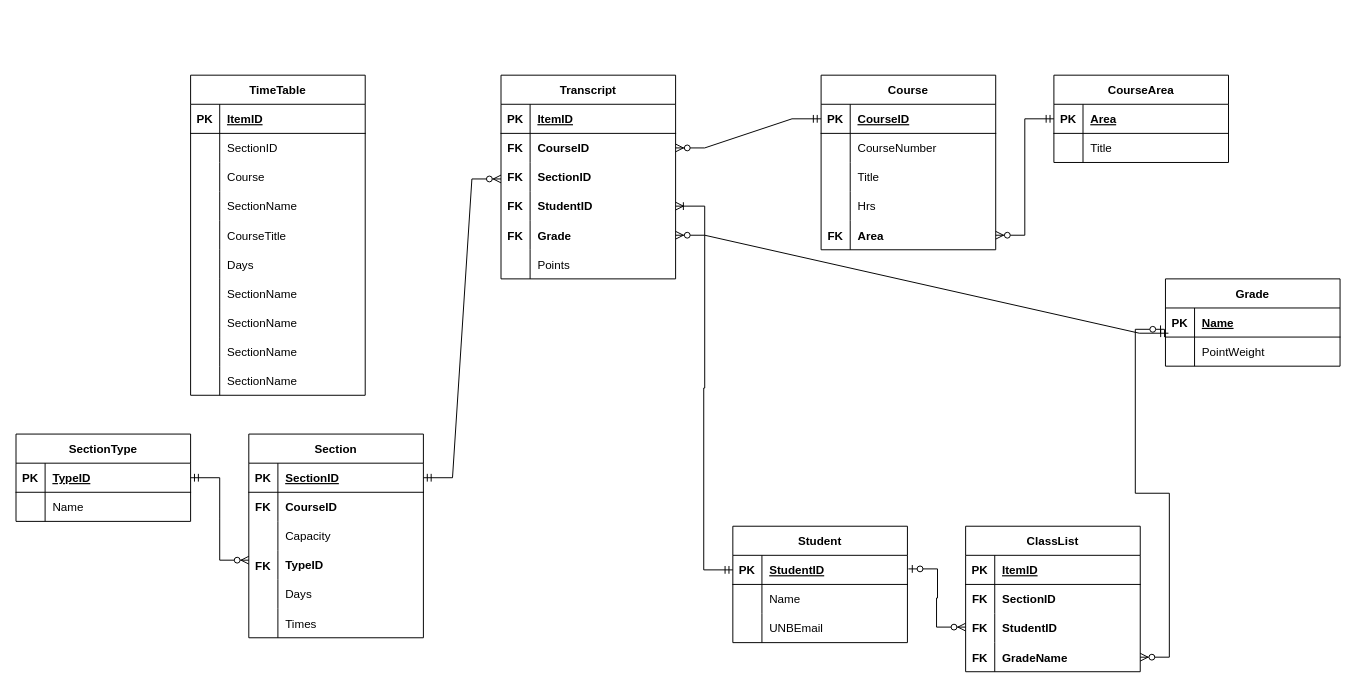
EdungDivinefavour/LawreneEdung keeps this draw.io diagram as Copy of Untitled Diagram.drawio. Above is the earlier version. Source tidied: cells renumbered, new cells numbered last; positions are measured from the earlier drawing's top-left corner, leaving out a move shared by most shapes. Both pictures are drawn from the tidied source at 97%, with x=0, y=0 at pixel (16, 75).
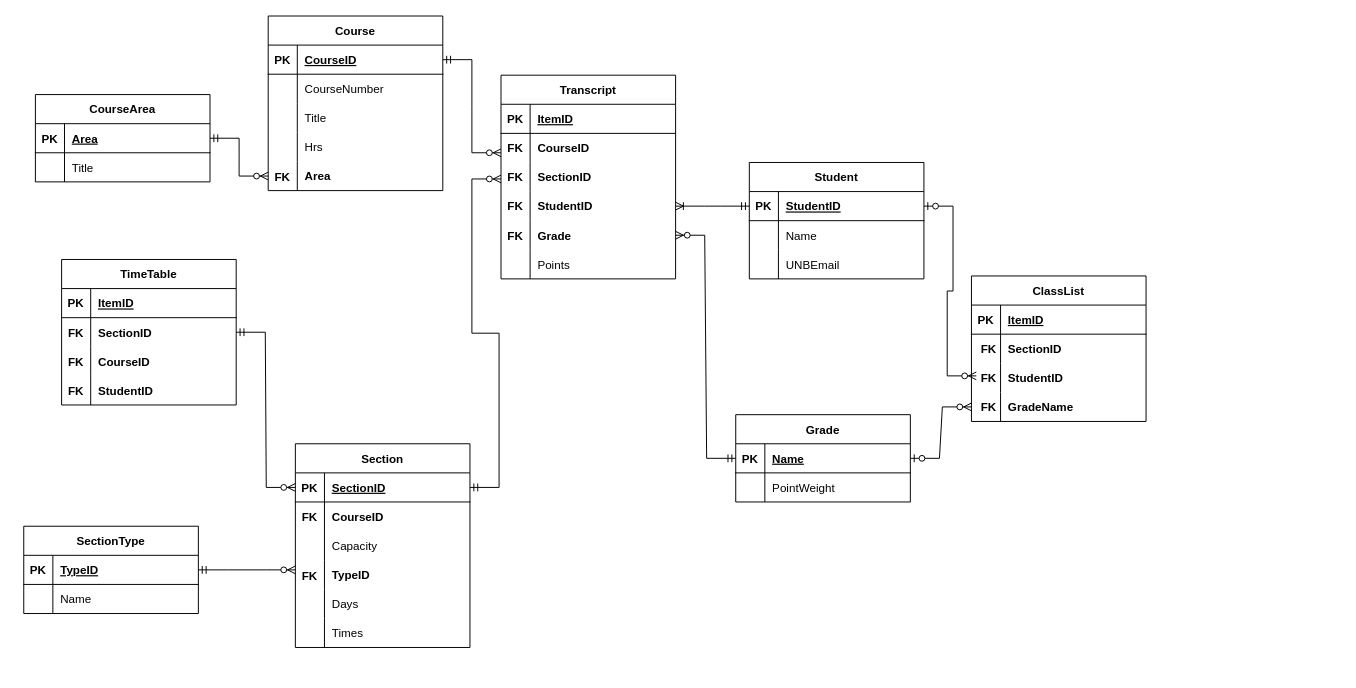
After the change.

The change refers to these unchanged cells:
```xml
<mxCell id="6" style="shape=tableRow;horizontal=0;startSize=0;swimlaneHead=0;swimlaneBody=0;fillColor=none;points=[[0,0.5],[1,0.5]];portConstraint=eastwest;top=0;left=0;right=0;bottom=0;" parent="2" vertex="1">
  <mxGeometry y="60" width="180" height="30" as="geometry" />
</mxCell>
<mxCell id="9" style="shape=tableRow;horizontal=0;startSize=0;swimlaneHead=0;swimlaneBody=0;fillColor=none;top=0;left=0;right=0;bottom=0;" parent="2" vertex="1">
  <mxGeometry y="90" width="180" height="30" as="geometry" />
</mxCell>
<mxCell id="37" style="shape=tableRow;horizontal=0;startSize=0;swimlaneHead=0;swimlaneBody=0;fillColor=none;points=[[0,0.5],[1,0.5]];portConstraint=eastwest;top=0;left=0;right=0;bottom=0;" parent="33" vertex="1">
  <mxGeometry y="60" width="180" height="30" as="geometry" />
</mxCell>
<mxCell id="46" style="shape=tableRow;horizontal=0;startSize=0;swimlaneHead=0;swimlaneBody=0;fillColor=none;points=[[0,0.5],[1,0.5]];portConstraint=eastwest;top=0;left=0;right=0;bottom=0;" parent="33" vertex="1">
  <mxGeometry y="150" width="180" height="30" as="geometry" />
</mxCell>
<mxCell id="62" style="shape=tableRow;horizontal=0;startSize=0;swimlaneHead=0;swimlaneBody=0;fillColor=none;points=[[0,0.5],[1,0.5]];portConstraint=eastwest;top=0;left=0;right=0;bottom=0;" parent="52" vertex="1">
  <mxGeometry y="120" width="180" height="30" as="geometry" />
</mxCell>
<mxCell id="66" style="shape=tableRow;horizontal=0;startSize=0;swimlaneHead=0;swimlaneBody=0;fillColor=none;points=[[0,0.5],[1,0.5]];portConstraint=eastwest;top=0;left=0;right=0;bottom=1;" parent="65" vertex="1">
  <mxGeometry y="30" width="180" height="30" as="geometry" />
</mxCell>
<mxCell id="78" style="shape=tableRow;horizontal=0;startSize=0;swimlaneHead=0;swimlaneBody=0;fillColor=none;points=[[0,0.5],[1,0.5]];portConstraint=eastwest;top=0;left=0;right=0;bottom=0;" parent="65" vertex="1">
  <mxGeometry y="150" width="180" height="30" as="geometry" />
</mxCell>
<mxCell id="82" style="shape=tableRow;horizontal=0;startSize=0;swimlaneHead=0;swimlaneBody=0;fillColor=none;points=[[0,0.5],[1,0.5]];portConstraint=eastwest;top=0;left=0;right=0;bottom=1;" parent="81" vertex="1">
  <mxGeometry y="30" width="180" height="30" as="geometry" />
</mxCell>
<mxCell id="101" style="shape=tableRow;horizontal=0;startSize=0;swimlaneHead=0;swimlaneBody=0;fillColor=none;points=[[0,0.5],[1,0.5]];portConstraint=eastwest;top=0;left=0;right=0;bottom=1;" parent="100" vertex="1">
  <mxGeometry y="30" width="180" height="30" as="geometry" />
</mxCell>
<mxCell id="108" style="shape=tableRow;horizontal=0;startSize=0;swimlaneHead=0;swimlaneBody=0;fillColor=none;points=[[0,0.5],[1,0.5]];portConstraint=eastwest;top=0;left=0;right=0;bottom=1;" parent="107" vertex="1">
  <mxGeometry y="30" width="180" height="30" as="geometry" />
</mxCell>
<mxCell id="118" style="shape=tableRow;horizontal=0;startSize=0;swimlaneHead=0;swimlaneBody=0;fillColor=none;points=[[0,0.5],[1,0.5]];portConstraint=eastwest;top=0;left=0;right=0;bottom=1;" parent="117" vertex="1">
  <mxGeometry y="30" width="180" height="30" as="geometry" />
</mxCell>
<mxCell id="121" style="shape=tableRow;horizontal=0;startSize=0;swimlaneHead=0;swimlaneBody=0;fillColor=none;points=[[0,0.5],[1,0.5]];portConstraint=eastwest;top=0;left=0;right=0;bottom=0;" parent="117" vertex="1">
  <mxGeometry y="60" width="180" height="30" as="geometry" />
</mxCell>
<mxCell id="126" style="shape=tableRow;horizontal=0;startSize=0;swimlaneHead=0;swimlaneBody=0;fillColor=none;points=[[0,0.5],[1,0.5]];portConstraint=eastwest;top=0;left=0;right=0;bottom=1;" parent="125" vertex="1">
  <mxGeometry y="30" width="180" height="30" as="geometry" />
</mxCell>
```

The edit, as a diff of the source:
```diff
@@
     <mxCell id="2" value="TimeTable" style="shape=table;startSize=30;childLayout=tableLayout;rowLines=0;fontStyle=1;align=center;" parent="1" vertex="1">
-      <mxGeometry x="180" width="180" height="330" as="geometry" />
+      <mxGeometry x="47" y="190" width="180" height="150" as="geometry" />
     </mxCell>
@@
-    <mxCell id="8" value="SectionID" style="shape=partialRectangle;fillColor=none;top=0;left=0;bottom=0;right=0;align=left;spacingLeft=6;overflow=hidden;" parent="6" vertex="1">
+    <mxCell id="8" value="SectionID" style="shape=partialRectangle;fillColor=none;top=0;left=0;bottom=0;right=0;align=left;spacingLeft=6;overflow=hidden;fontStyle=1;" parent="6" vertex="1">
       <mxGeometry x="30" width="150" height="30" as="geometry" />
     </mxCell>
@@
-    <mxCell id="11" value="Course" style="shape=partialRectangle;fillColor=none;top=0;left=0;bottom=0;right=0;align=left;spacingLeft=6;overflow=hidden;" parent="9" vertex="1">
+    <mxCell id="11" value="CourseID" style="shape=partialRectangle;fillColor=none;top=0;left=0;bottom=0;right=0;align=left;spacingLeft=6;overflow=hidden;fontStyle=1;" parent="9" vertex="1">
       <mxGeometry x="30" width="150" height="30" as="geometry" />
     </mxCell>
-    <mxCell id="12" style="shape=tableRow;horizontal=0;startSize=0;swimlaneHead=0;swimlaneBody=0;fillColor=none;top=0;left=0;right=0;bottom=0;" parent="2" vertex="1">
-      <mxGeometry y="120" width="180" height="30" as="geometry" />
-    </mxCell>
-    <mxCell id="13" style="shape=partialRectangle;fillColor=none;top=0;left=0;bottom=0;right=0;overflow=hidden;" parent="12" vertex="1">
-      <mxGeometry width="30" height="30" as="geometry" />
-    </mxCell>
-    <mxCell id="14" value="SectionName" style="shape=partialRectangle;fillColor=none;top=0;left=0;bottom=0;right=0;align=left;spacingLeft=6;overflow=hidden;" parent="12" vertex="1">
-      <mxGeometry x="30" width="150" height="30" as="geometry" />
-    </mxCell>
-    <mxCell id="15" style="shape=tableRow;horizontal=0;startSize=0;swimlaneHead=0;swimlaneBody=0;fillColor=none;top=0;left=0;right=0;bottom=0;" parent="2" vertex="1">
-      <mxGeometry y="150" width="180" height="30" as="geometry" />
-    </mxCell>
-    <mxCell id="16" style="shape=partialRectangle;fillColor=none;top=0;left=0;bottom=0;right=0;overflow=hidden;" parent="15" vertex="1">
-      <mxGeometry width="30" height="30" as="geometry" />
-    </mxCell>
-    <mxCell id="17" value="CourseTitle" style="shape=partialRectangle;fillColor=none;top=0;left=0;bottom=0;right=0;align=left;spacingLeft=6;overflow=hidden;" parent="15" vertex="1">
-      <mxGeometry x="30" width="150" height="30" as="geometry" />
-    </mxCell>
-    <mxCell id="18" style="shape=tableRow;horizontal=0;startSize=0;swimlaneHead=0;swimlaneBody=0;fillColor=none;top=0;left=0;right=0;bottom=0;" parent="2" vertex="1">
-      <mxGeometry y="180" width="180" height="30" as="geometry" />
-    </mxCell>
-    <mxCell id="19" style="shape=partialRectangle;fillColor=none;top=0;left=0;bottom=0;right=0;overflow=hidden;" parent="18" vertex="1">
-      <mxGeometry width="30" height="30" as="geometry" />
-    </mxCell>
-    <mxCell id="20" value="Days" style="shape=partialRectangle;fillColor=none;top=0;left=0;bottom=0;right=0;align=left;spacingLeft=6;overflow=hidden;" parent="18" vertex="1">
-      <mxGeometry x="30" width="150" height="30" as="geometry" />
-    </mxCell>
     <mxCell id="21" style="shape=tableRow;horizontal=0;startSize=0;swimlaneHead=0;swimlaneBody=0;fillColor=none;top=0;left=0;right=0;bottom=0;" parent="2" vertex="1">
-      <mxGeometry y="210" width="180" height="30" as="geometry" />
+      <mxGeometry y="120" width="180" height="30" as="geometry" />
     </mxCell>
@@
-    <mxCell id="23" value="SectionName" style="shape=partialRectangle;fillColor=none;top=0;left=0;bottom=0;right=0;align=left;spacingLeft=6;overflow=hidden;" parent="21" vertex="1">
+    <mxCell id="23" value="StudentID" style="shape=partialRectangle;fillColor=none;top=0;left=0;bottom=0;right=0;align=left;spacingLeft=6;overflow=hidden;fontStyle=1;" parent="21" vertex="1">
       <mxGeometry x="30" width="150" height="30" as="geometry" />
     </mxCell>
-    <mxCell id="24" style="shape=tableRow;horizontal=0;startSize=0;swimlaneHead=0;swimlaneBody=0;fillColor=none;top=0;left=0;right=0;bottom=0;" parent="2" vertex="1">
-      <mxGeometry y="240" width="180" height="30" as="geometry" />
-    </mxCell>
-    <mxCell id="25" style="shape=partialRectangle;fillColor=none;top=0;left=0;bottom=0;right=0;overflow=hidden;" parent="24" vertex="1">
-      <mxGeometry width="30" height="30" as="geometry" />
-    </mxCell>
-    <mxCell id="26" value="SectionName" style="shape=partialRectangle;fillColor=none;top=0;left=0;bottom=0;right=0;align=left;spacingLeft=6;overflow=hidden;" parent="24" vertex="1">
-      <mxGeometry x="30" width="150" height="30" as="geometry" />
-    </mxCell>
-    <mxCell id="27" style="shape=tableRow;horizontal=0;startSize=0;swimlaneHead=0;swimlaneBody=0;fillColor=none;top=0;left=0;right=0;bottom=0;" parent="2" vertex="1">
-      <mxGeometry y="270" width="180" height="30" as="geometry" />
-    </mxCell>
-    <mxCell id="28" style="shape=partialRectangle;fillColor=none;top=0;left=0;bottom=0;right=0;overflow=hidden;" parent="27" vertex="1">
-      <mxGeometry width="30" height="30" as="geometry" />
-    </mxCell>
-    <mxCell id="29" value="SectionName" style="shape=partialRectangle;fillColor=none;top=0;left=0;bottom=0;right=0;align=left;spacingLeft=6;overflow=hidden;" parent="27" vertex="1">
-      <mxGeometry x="30" width="150" height="30" as="geometry" />
-    </mxCell>
-    <mxCell id="30" style="shape=tableRow;horizontal=0;startSize=0;swimlaneHead=0;swimlaneBody=0;fillColor=none;top=0;left=0;right=0;bottom=0;" parent="2" vertex="1">
-      <mxGeometry y="300" width="180" height="30" as="geometry" />
-    </mxCell>
-    <mxCell id="31" style="shape=partialRectangle;fillColor=none;top=0;left=0;bottom=0;right=0;overflow=hidden;" parent="30" vertex="1">
-      <mxGeometry width="30" height="30" as="geometry" />
-    </mxCell>
-    <mxCell id="32" value="SectionName" style="shape=partialRectangle;fillColor=none;top=0;left=0;bottom=0;right=0;align=left;spacingLeft=6;overflow=hidden;" parent="30" vertex="1">
-      <mxGeometry x="30" width="150" height="30" as="geometry" />
-    </mxCell>
@@
     <mxCell id="52" value="ClassList" style="shape=table;startSize=30;childLayout=tableLayout;rowLines=0;fontStyle=1;align=center;" parent="1" vertex="1">
-      <mxGeometry x="979" y="465" width="180" height="150" as="geometry" />
+      <mxGeometry x="985" y="207" width="180" height="150" as="geometry" />
     </mxCell>
@@
     <mxCell id="65" value="Course" style="shape=table;startSize=30;childLayout=tableLayout;rowLines=0;fontStyle=1;align=center;" parent="1" vertex="1">
-      <mxGeometry x="830" width="180" height="180" as="geometry" />
+      <mxGeometry x="260" y="-61" width="180" height="180" as="geometry" />
     </mxCell>
@@
     <mxCell id="81" value="Section" style="shape=table;startSize=30;childLayout=tableLayout;rowLines=0;fontStyle=1;align=center;" parent="1" vertex="1">
-      <mxGeometry x="240" y="370" width="180" height="210" as="geometry" />
+      <mxGeometry x="288" y="380" width="180" height="210" as="geometry" />
     </mxCell>
@@
     <mxCell id="100" value="SectionType" style="shape=table;startSize=30;childLayout=tableLayout;rowLines=0;fontStyle=1;align=center;" parent="1" vertex="1">
-      <mxGeometry y="370" width="180" height="90" as="geometry" />
+      <mxGeometry x="8" y="465" width="180" height="90" as="geometry" />
     </mxCell>
@@
     <mxCell id="107" value="Student" style="shape=table;startSize=30;childLayout=tableLayout;rowLines=0;fontStyle=1;align=center;" parent="1" vertex="1">
-      <mxGeometry x="739" y="465" width="180" height="120" as="geometry" />
+      <mxGeometry x="756" y="90" width="180" height="120" as="geometry" />
     </mxCell>
@@
     <mxCell id="117" value="Grade" style="shape=table;startSize=30;childLayout=tableLayout;rowLines=0;fontStyle=1;align=center;" parent="1" vertex="1">
-      <mxGeometry x="1185" y="210" width="180" height="90" as="geometry" />
+      <mxGeometry x="742" y="350" width="180" height="90" as="geometry" />
     </mxCell>
@@
     <mxCell id="124" value="FK" style="shape=partialRectangle;fillColor=none;top=0;left=0;bottom=0;right=0;fontStyle=1;overflow=hidden;" parent="1" vertex="1">
-      <mxGeometry x="240" y="491" width="30" height="30" as="geometry" />
+      <mxGeometry x="288" y="501" width="30" height="30" as="geometry" />
     </mxCell>
     <mxCell id="125" value="CourseArea" style="shape=table;startSize=30;childLayout=tableLayout;rowLines=0;fontStyle=1;align=center;" parent="1" vertex="1">
-      <mxGeometry x="1070" width="180" height="90" as="geometry" />
+      <mxGeometry x="20" y="20" width="180" height="90" as="geometry" />
     </mxCell>
@@
     <mxCell id="132" value="FK" style="shape=partialRectangle;fillColor=none;top=0;left=0;bottom=0;right=0;fontStyle=1;overflow=hidden;" parent="1" vertex="1">
-      <mxGeometry x="240" y="430" width="30" height="30" as="geometry" />
+      <mxGeometry x="288" y="440" width="30" height="30" as="geometry" />
     </mxCell>
     <mxCell id="133" value="FK" style="shape=partialRectangle;fillColor=none;top=0;left=0;bottom=0;right=0;fontStyle=1;overflow=hidden;" parent="1" vertex="1">
-      <mxGeometry x="830" y="150" width="30" height="30" as="geometry" />
+      <mxGeometry x="260" y="90" width="30" height="30" as="geometry" />
     </mxCell>
     <mxCell id="134" style="edgeStyle=entityRelationEdgeStyle;fontSize=12;html=1;endArrow=ERzeroToMany;startArrow=ERmandOne;rounded=0;exitX=1;exitY=0.5;exitDx=0;exitDy=0;" parent="1" edge="1" source="101">
       <mxGeometry relative="1" as="geometry">
-        <mxPoint x="240" y="500" as="targetPoint" />
+        <mxPoint x="288" y="510" as="targetPoint" />
       </mxGeometry>
     </mxCell>
-    <mxCell id="135" style="edgeStyle=entityRelationEdgeStyle;fontSize=12;html=1;endArrow=ERzeroToMany;startArrow=ERmandOne;rounded=0;exitX=0;exitY=0.5;exitDx=0;exitDy=0;" parent="1" edge="1" source="126" target="78">
+    <mxCell id="135" style="edgeStyle=entityRelationEdgeStyle;fontSize=12;html=1;endArrow=ERzeroToMany;startArrow=ERmandOne;rounded=0;exitX=1;exitY=0.5;exitDx=0;exitDy=0;" parent="1" edge="1" source="126" target="78">
       <mxGeometry relative="1" as="geometry" />
     </mxCell>
     <mxCell id="136" value="FK" style="shape=partialRectangle;fillColor=none;top=0;left=0;bottom=0;right=0;fontStyle=1;overflow=hidden;" parent="1" vertex="1">
-      <mxGeometry x="979" y="525" width="30" height="30" as="geometry" />
+      <mxGeometry x="988" y="267" width="30" height="30" as="geometry" />
     </mxCell>
     <mxCell id="137" value="FK" style="shape=partialRectangle;fillColor=none;top=0;left=0;bottom=0;right=0;fontStyle=1;overflow=hidden;" parent="1" vertex="1">
-      <mxGeometry x="979" y="555" width="30" height="30" as="geometry" />
+      <mxGeometry x="988" y="297" width="30" height="30" as="geometry" />
     </mxCell>
     <mxCell id="138" value="FK" style="shape=partialRectangle;fillColor=none;top=0;left=0;bottom=0;right=0;fontStyle=1;overflow=hidden;" parent="1" vertex="1">
-      <mxGeometry x="979" y="585" width="30" height="30" as="geometry" />
+      <mxGeometry x="988" y="327" width="30" height="30" as="geometry" />
     </mxCell>
-    <mxCell id="139" style="edgeStyle=entityRelationEdgeStyle;fontSize=12;html=1;endArrow=ERzeroToMany;startArrow=ERzeroToOne;rounded=0;entryX=1;entryY=0.5;entryDx=0;entryDy=0;exitX=-0.006;exitY=0.733;exitDx=0;exitDy=0;exitPerimeter=0;" parent="1" edge="1" source="118" target="62">
+    <mxCell id="139" style="edgeStyle=entityRelationEdgeStyle;fontSize=12;html=1;endArrow=ERzeroToMany;startArrow=ERzeroToOne;rounded=0;entryX=0;entryY=0.5;entryDx=0;entryDy=0;exitX=1;exitY=0.5;exitDx=0;exitDy=0;" parent="1" edge="1" source="118" target="62">
       <mxGeometry relative="1" as="geometry" />
     </mxCell>
-    <mxCell id="140" style="edgeStyle=entityRelationEdgeStyle;fontSize=12;html=1;endArrow=ERzeroToMany;startArrow=ERzeroToOne;rounded=0;exitX=-0.006;exitY=0.733;exitDx=0;exitDy=0;exitPerimeter=0;" parent="1" edge="1">
+    <mxCell id="140" style="edgeStyle=entityRelationEdgeStyle;fontSize=12;html=1;endArrow=ERzeroToMany;startArrow=ERzeroToOne;rounded=0;exitX=1;exitY=0.5;exitDx=0;exitDy=0;" parent="1" edge="1" source="108">
       <mxGeometry relative="1" as="geometry">
-        <mxPoint x="920" y="509" as="sourcePoint" />
-        <mxPoint x="979" y="569" as="targetPoint" />
+        <mxPoint x="990" y="310" as="targetPoint" />
       </mxGeometry>
     </mxCell>
@@
-    <mxCell id="145" style="edgeStyle=entityRelationEdgeStyle;fontSize=12;html=1;endArrow=ERzeroToMany;startArrow=ERmandOne;rounded=0;entryX=1;entryY=0.5;entryDx=0;entryDy=0;exitX=0;exitY=0.5;exitDx=0;exitDy=0;" parent="1" edge="1" source="66" target="37">
-      <mxGeometry relative="1" as="geometry" />
+    <mxCell id="145" style="edgeStyle=entityRelationEdgeStyle;fontSize=12;html=1;endArrow=ERzeroToMany;startArrow=ERmandOne;rounded=0;exitX=1;exitY=0.5;exitDx=0;exitDy=0;" parent="1" edge="1" source="66">
+      <mxGeometry relative="1" as="geometry">
+        <mxPoint x="500" y="80" as="targetPoint" />
+      </mxGeometry>
     </mxCell>
@@
-    <mxCell id="148" style="edgeStyle=entityRelationEdgeStyle;fontSize=12;html=1;endArrow=ERzeroToMany;startArrow=ERmandOne;rounded=0;entryX=1;entryY=0.5;entryDx=0;entryDy=0;exitX=0.017;exitY=-0.133;exitDx=0;exitDy=0;exitPerimeter=0;" parent="1" edge="1" source="121" target="46">
+    <mxCell id="148" style="edgeStyle=entityRelationEdgeStyle;fontSize=12;html=1;endArrow=ERzeroToMany;startArrow=ERmandOne;rounded=0;entryX=1;entryY=0.5;entryDx=0;entryDy=0;exitX=0;exitY=0.5;exitDx=0;exitDy=0;" parent="1" edge="1" source="118" target="46">
       <mxGeometry relative="1" as="geometry" />
     </mxCell>
+    <mxCell id="149" value="FK" style="shape=partialRectangle;fillColor=none;top=0;left=0;bottom=0;right=0;fontStyle=1;overflow=hidden;" parent="1" vertex="1">
+      <mxGeometry x="47" y="250" width="30" height="30" as="geometry" />
+    </mxCell>
+    <mxCell id="150" value="FK" style="shape=partialRectangle;fillColor=none;top=0;left=0;bottom=0;right=0;fontStyle=1;overflow=hidden;" parent="1" vertex="1">
+      <mxGeometry x="47" y="280" width="30" height="30" as="geometry" />
+    </mxCell>
+    <mxCell id="151" value="FK" style="shape=partialRectangle;fillColor=none;top=0;left=0;bottom=0;right=0;fontStyle=1;overflow=hidden;" parent="1" vertex="1">
+      <mxGeometry x="47" y="310" width="30" height="30" as="geometry" />
+    </mxCell>
+    <mxCell id="152" style="edgeStyle=entityRelationEdgeStyle;fontSize=12;html=1;endArrow=ERzeroToMany;startArrow=ERmandOne;rounded=0;entryX=0;entryY=0.5;entryDx=0;entryDy=0;exitX=1;exitY=0.5;exitDx=0;exitDy=0;" parent="1" edge="1" source="6" target="82">
+      <mxGeometry relative="1" as="geometry" />
+    </mxCell>
```
